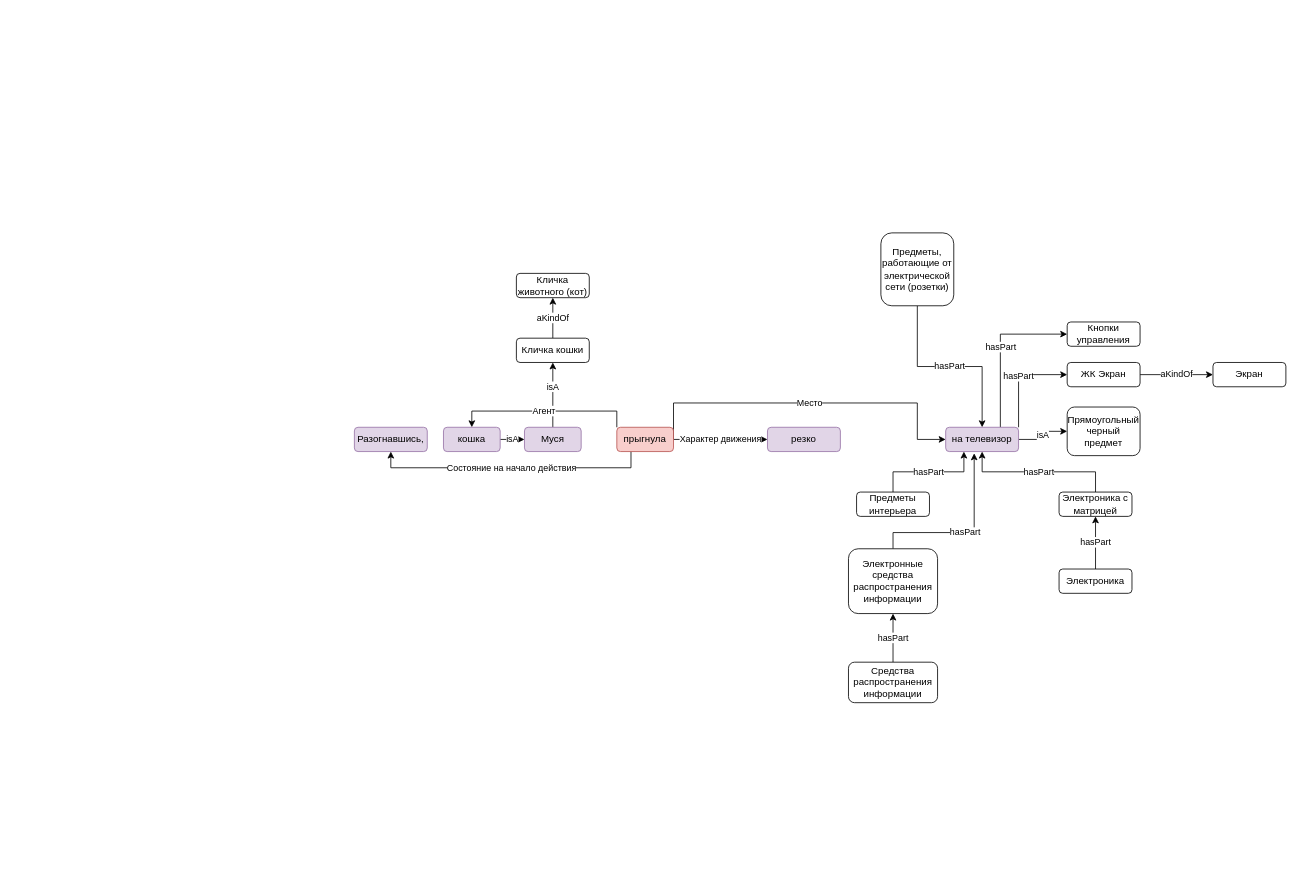
This is diagrams/семантическая сеть.drawio from rusvlp/UML, a draw.io file, before an edit. Source tidied: cells renumbered, new cells numbered last; positions are measured from the earlier drawing's top-left corner, leaving out a move shared by most shapes. Both pictures are drawn from the tidied source at 81%, with x=0, y=0 at pixel (354, 232).
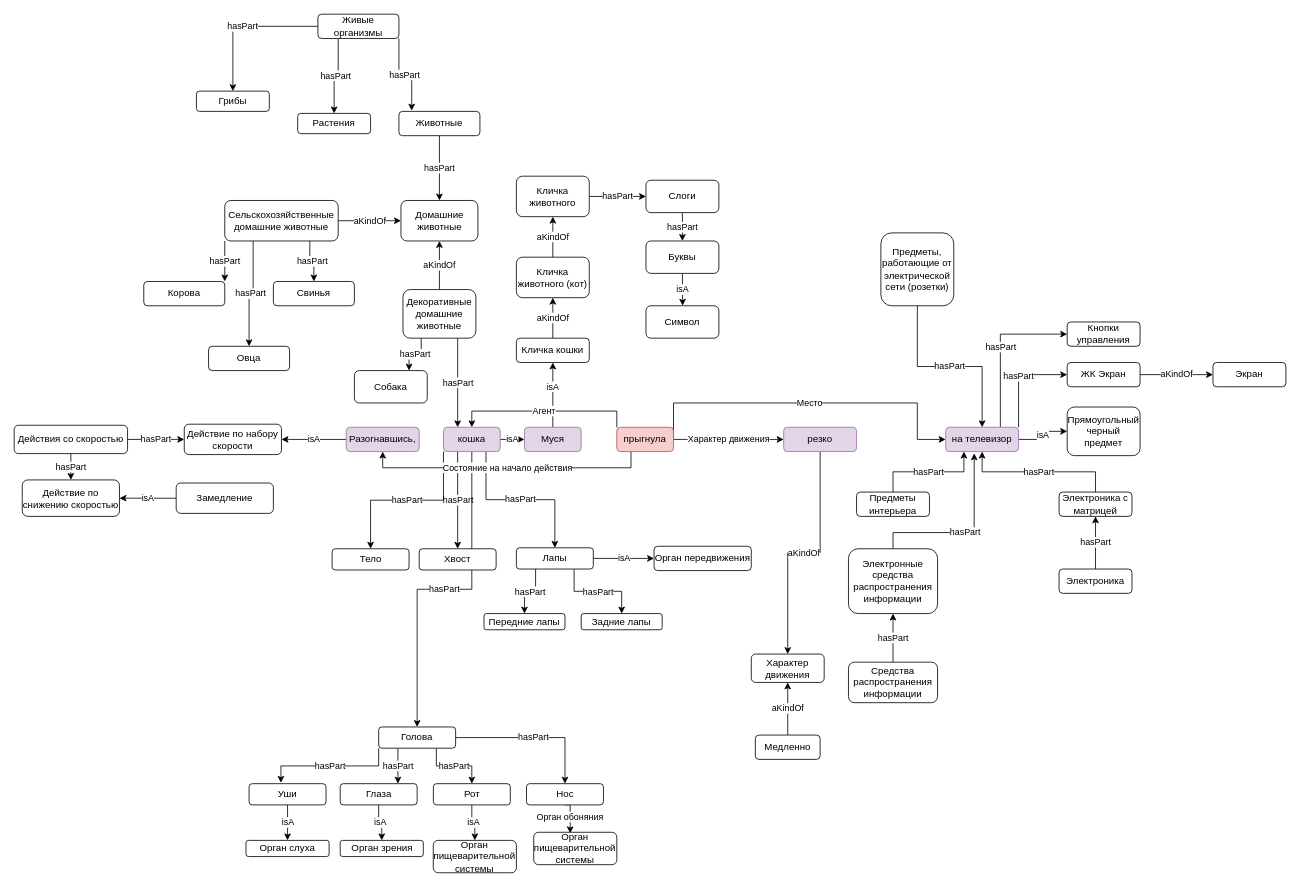
After the change.

The change refers to these unchanged cells:
```xml
<mxCell id="3" value="кошка" style="rounded=1;whiteSpace=wrap;html=1;fillColor=#e1d5e7;strokeColor=#9673a6;" parent="1" vertex="1">
  <mxGeometry x="110" y="240" width="70" height="30" as="geometry" />
</mxCell>
```

Change to the diagram source:
```diff
@@
+    <mxCell id="38" value="hasPart" style="edgeStyle=orthogonalEdgeStyle;rounded=0;jettySize=auto;html=1;exitX=0.25;exitY=1;exitDx=0;exitDy=0;" parent="1" edge="1" source="3" target="79">
+      <mxGeometry relative="1" as="geometry" />
+    </mxCell>
+    <mxCell id="39" value="hasPart" style="edgeStyle=orthogonalEdgeStyle;rounded=0;jettySize=auto;html=1;exitX=0.75;exitY=1;exitDx=0;exitDy=0;entryX=0.5;entryY=0;entryDx=0;entryDy=0;" parent="1" edge="1" source="3" target="83">
+      <mxGeometry relative="1" as="geometry" />
+    </mxCell>
+    <mxCell id="40" value="hasPart" style="edgeStyle=orthogonalEdgeStyle;rounded=0;jettySize=auto;html=1;exitX=0;exitY=1;exitDx=0;exitDy=0;" parent="1" edge="1" source="3" target="78">
+      <mxGeometry relative="1" as="geometry" />
+    </mxCell>
+    <mxCell id="41" value="hasPart" style="edgeStyle=orthogonalEdgeStyle;rounded=0;jettySize=auto;html=1;exitX=0.5;exitY=1;exitDx=0;exitDy=0;entryX=0.5;entryY=0;entryDx=0;entryDy=0;" parent="1" edge="1" source="3" target="77">
+      <mxGeometry relative="1" as="geometry" />
+    </mxCell>
@@
+    <mxCell id="42" value="aKindOf" style="edgeStyle=orthogonalEdgeStyle;rounded=0;jettySize=auto;html=1;exitX=0.5;exitY=1;exitDx=0;exitDy=0;" parent="1" edge="1" source="16" target="99">
+      <mxGeometry relative="1" as="geometry" />
+    </mxCell>
     <mxCell id="16" value="резко" style="rounded=1;whiteSpace=wrap;html=1;fillColor=#e1d5e7;strokeColor=#9673a6;" parent="1" vertex="1">
-      <mxGeometry x="510" y="240" width="90" height="30" as="geometry" />
+      <mxGeometry x="530" y="240" width="90" height="30" as="geometry" />
     </mxCell>
+    <mxCell id="43" value="isA" style="edgeStyle=orthogonalEdgeStyle;rounded=0;jettySize=auto;html=1;exitX=0;exitY=0.5;exitDx=0;exitDy=0;" parent="1" edge="1" source="17" target="66">
+      <mxGeometry relative="1" as="geometry" />
+    </mxCell>
     <mxCell id="17" value="Разогнавшись," style="rounded=1;whiteSpace=wrap;html=1;fillColor=#e1d5e7;strokeColor=#9673a6;" parent="1" vertex="1">
-      <mxGeometry y="240" width="90" height="30" as="geometry" />
+      <mxGeometry x="-10" y="240" width="90" height="30" as="geometry" />
     </mxCell>
@@
+    <mxCell id="44" value="aKindOf" style="edgeStyle=orthogonalEdgeStyle;rounded=0;jettySize=auto;html=1;exitX=0.5;exitY=0;exitDx=0;exitDy=0;entryX=0.5;entryY=1;entryDx=0;entryDy=0;" parent="1" edge="1" source="37" target="46">
+      <mxGeometry relative="1" as="geometry" />
+    </mxCell>
     <mxCell id="37" value="Кличка животного (кот)" style="rounded=1;whiteSpace=wrap;html=1;" parent="1" vertex="1">
-      <mxGeometry x="200" y="50" width="90" height="30" as="geometry" />
+      <mxGeometry x="200" y="30" width="90" height="50" as="geometry" />
     </mxCell>
+    <mxCell id="45" value="hasPart" style="edgeStyle=orthogonalEdgeStyle;rounded=0;jettySize=auto;html=1;exitX=1;exitY=0.5;exitDx=0;exitDy=0;" parent="1" edge="1" source="46" target="48">
+      <mxGeometry relative="1" as="geometry" />
+    </mxCell>
+    <mxCell id="46" value="Кличка животного" style="rounded=1;whiteSpace=wrap;html=1;" parent="1" vertex="1">
+      <mxGeometry x="200" y="-70" width="90" height="50" as="geometry" />
+    </mxCell>
+    <mxCell id="47" value="hasPart" style="edgeStyle=orthogonalEdgeStyle;rounded=0;jettySize=auto;html=1;exitX=0.5;exitY=1;exitDx=0;exitDy=0;entryX=0.5;entryY=0;entryDx=0;entryDy=0;" parent="1" edge="1" source="48" target="50">
+      <mxGeometry relative="1" as="geometry" />
+    </mxCell>
+    <mxCell id="48" value="Слоги" style="rounded=1;whiteSpace=wrap;html=1;" parent="1" vertex="1">
+      <mxGeometry x="360" y="-65" width="90" height="40" as="geometry" />
+    </mxCell>
+    <mxCell id="49" value="isA" style="edgeStyle=orthogonalEdgeStyle;rounded=0;jettySize=auto;html=1;exitX=0.5;exitY=1;exitDx=0;exitDy=0;" parent="1" edge="1" source="50">
+      <mxGeometry relative="1" as="geometry">
+        <mxPoint x="405.3" y="90" as="targetPoint" />
+      </mxGeometry>
+    </mxCell>
+    <mxCell id="50" value="Буквы" style="rounded=1;whiteSpace=wrap;html=1;" parent="1" vertex="1">
+      <mxGeometry x="360" y="10" width="90" height="40" as="geometry" />
+    </mxCell>
+    <mxCell id="51" value="Символ" style="rounded=1;whiteSpace=wrap;html=1;" parent="1" vertex="1">
+      <mxGeometry x="360" y="90" width="90" height="40" as="geometry" />
+    </mxCell>
+    <mxCell id="52" value="hasPart" style="edgeStyle=orthogonalEdgeStyle;rounded=0;jettySize=auto;html=1;exitX=0.75;exitY=1;exitDx=0;exitDy=0;entryX=0.25;entryY=0;entryDx=0;entryDy=0;" parent="1" edge="1" source="55" target="3">
+      <mxGeometry relative="1" as="geometry" />
+    </mxCell>
+    <mxCell id="53" value="hasPart" style="edgeStyle=orthogonalEdgeStyle;rounded=0;jettySize=auto;html=1;exitX=0.25;exitY=1;exitDx=0;exitDy=0;entryX=0.75;entryY=0;entryDx=0;entryDy=0;" parent="1" edge="1" source="55" target="56">
+      <mxGeometry relative="1" as="geometry" />
+    </mxCell>
+    <mxCell id="54" value="aKindOf" style="edgeStyle=orthogonalEdgeStyle;rounded=0;jettySize=auto;html=1;exitX=0.5;exitY=0;exitDx=0;exitDy=0;" parent="1" edge="1" source="55" target="57">
+      <mxGeometry relative="1" as="geometry" />
+    </mxCell>
+    <mxCell id="55" value="Декоративные домашние животные" style="rounded=1;whiteSpace=wrap;html=1;" parent="1" vertex="1">
+      <mxGeometry x="60" y="70" width="90" height="60" as="geometry" />
+    </mxCell>
+    <mxCell id="56" value="Собака" style="rounded=1;whiteSpace=wrap;html=1;" parent="1" vertex="1">
+      <mxGeometry y="170" width="90" height="40" as="geometry" />
+    </mxCell>
+    <mxCell id="57" value="Домашние животные" style="rounded=1;whiteSpace=wrap;html=1;" parent="1" vertex="1">
+      <mxGeometry x="57.5" y="-40" width="95" height="50" as="geometry" />
+    </mxCell>
+    <mxCell id="58" value="aKindOf" style="edgeStyle=orthogonalEdgeStyle;rounded=0;jettySize=auto;html=1;entryX=0;entryY=0.5;entryDx=0;entryDy=0;" parent="1" edge="1" source="62" target="57">
+      <mxGeometry relative="1" as="geometry" />
+    </mxCell>
+    <mxCell id="59" value="hasPart" style="edgeStyle=orthogonalEdgeStyle;rounded=0;jettySize=auto;html=1;exitX=0;exitY=1;exitDx=0;exitDy=0;entryX=1;entryY=0;entryDx=0;entryDy=0;" parent="1" edge="1" source="62" target="63">
+      <mxGeometry relative="1" as="geometry" />
+    </mxCell>
+    <mxCell id="60" value="hasPart" style="edgeStyle=orthogonalEdgeStyle;rounded=0;jettySize=auto;html=1;exitX=0.75;exitY=1;exitDx=0;exitDy=0;" parent="1" edge="1" source="62" target="64">
+      <mxGeometry relative="1" as="geometry" />
+    </mxCell>
+    <mxCell id="61" value="hasPart" style="edgeStyle=orthogonalEdgeStyle;rounded=0;jettySize=auto;html=1;exitX=0.25;exitY=1;exitDx=0;exitDy=0;" parent="1" edge="1" source="62" target="65">
+      <mxGeometry relative="1" as="geometry" />
+    </mxCell>
+    <mxCell id="62" value="Сельскохозяйственные домашние животные" style="rounded=1;whiteSpace=wrap;html=1;" parent="1" vertex="1">
+      <mxGeometry x="-160" y="-40" width="140" height="50" as="geometry" />
+    </mxCell>
+    <mxCell id="63" value="Корова" style="rounded=1;whiteSpace=wrap;html=1;" parent="1" vertex="1">
+      <mxGeometry x="-260" y="60" width="100" height="30" as="geometry" />
+    </mxCell>
+    <mxCell id="64" value="Свинья" style="rounded=1;whiteSpace=wrap;html=1;" parent="1" vertex="1">
+      <mxGeometry x="-100" y="60" width="100" height="30" as="geometry" />
+    </mxCell>
+    <mxCell id="65" value="Овца" style="rounded=1;whiteSpace=wrap;html=1;" parent="1" vertex="1">
+      <mxGeometry x="-180" y="140" width="100" height="30" as="geometry" />
+    </mxCell>
+    <mxCell id="66" value="Действие по набору скорости" style="rounded=1;whiteSpace=wrap;html=1;" parent="1" vertex="1">
+      <mxGeometry x="-210" y="236.2" width="120" height="37.5" as="geometry" />
+    </mxCell>
+    <mxCell id="67" value="hasPart" style="edgeStyle=orthogonalEdgeStyle;rounded=0;jettySize=auto;html=1;exitX=1;exitY=0.5;exitDx=0;exitDy=0;entryX=0;entryY=0.5;entryDx=0;entryDy=0;" parent="1" edge="1" source="69" target="66">
+      <mxGeometry relative="1" as="geometry" />
+    </mxCell>
+    <mxCell id="68" value="hasPart" style="edgeStyle=orthogonalEdgeStyle;rounded=0;jettySize=auto;html=1;exitX=0.5;exitY=1;exitDx=0;exitDy=0;" parent="1" edge="1" source="69" target="70">
+      <mxGeometry relative="1" as="geometry" />
+    </mxCell>
+    <mxCell id="69" value="Действия со скоростью" style="rounded=1;whiteSpace=wrap;html=1;" parent="1" vertex="1">
+      <mxGeometry x="-420" y="237.5" width="140" height="35" as="geometry" />
+    </mxCell>
+    <mxCell id="70" value="Действие по снижению скоростью" style="rounded=1;whiteSpace=wrap;html=1;" parent="1" vertex="1">
+      <mxGeometry x="-410" y="305" width="120" height="45" as="geometry" />
+    </mxCell>
+    <mxCell id="71" value="isA" style="edgeStyle=orthogonalEdgeStyle;rounded=0;jettySize=auto;html=1;" parent="1" edge="1" source="72" target="70">
+      <mxGeometry relative="1" as="geometry" />
+    </mxCell>
+    <mxCell id="72" value="Замедление" style="rounded=1;whiteSpace=wrap;html=1;" parent="1" vertex="1">
+      <mxGeometry x="-220" y="308.8" width="120" height="37.5" as="geometry" />
+    </mxCell>
+    <mxCell id="73" value="hasPart" style="edgeStyle=orthogonalEdgeStyle;rounded=0;jettySize=auto;html=1;exitX=0;exitY=1;exitDx=0;exitDy=0;entryX=0.414;entryY=-0.04;entryDx=0;entryDy=0;entryPerimeter=0;" parent="1" edge="1" source="77" target="88">
+      <mxGeometry relative="1" as="geometry" />
+    </mxCell>
+    <mxCell id="74" value="hasPart" style="edgeStyle=orthogonalEdgeStyle;rounded=0;jettySize=auto;html=1;exitX=0.25;exitY=1;exitDx=0;exitDy=0;entryX=0.75;entryY=0;entryDx=0;entryDy=0;" parent="1" edge="1" source="77" target="90">
+      <mxGeometry relative="1" as="geometry" />
+    </mxCell>
+    <mxCell id="75" value="hasPart" style="edgeStyle=orthogonalEdgeStyle;rounded=0;jettySize=auto;html=1;exitX=0.75;exitY=1;exitDx=0;exitDy=0;" parent="1" edge="1" source="77" target="92">
+      <mxGeometry relative="1" as="geometry" />
+    </mxCell>
+    <mxCell id="76" value="hasPart" style="edgeStyle=orthogonalEdgeStyle;rounded=0;jettySize=auto;html=1;exitX=1;exitY=0.5;exitDx=0;exitDy=0;" parent="1" edge="1" source="77" target="94">
+      <mxGeometry relative="1" as="geometry" />
+    </mxCell>
+    <mxCell id="77" value="Голова" style="rounded=1;whiteSpace=wrap;html=1;" parent="1" vertex="1">
+      <mxGeometry x="30" y="610" width="95" height="26.2" as="geometry" />
+    </mxCell>
+    <mxCell id="78" value="Тело" style="rounded=1;whiteSpace=wrap;html=1;" parent="1" vertex="1">
+      <mxGeometry x="-27.5" y="390" width="95" height="26.2" as="geometry" />
+    </mxCell>
+    <mxCell id="79" value="Хвост" style="rounded=1;whiteSpace=wrap;html=1;" parent="1" vertex="1">
+      <mxGeometry x="80" y="390" width="95" height="26.2" as="geometry" />
+    </mxCell>
+    <mxCell id="80" value="hasPart" style="edgeStyle=orthogonalEdgeStyle;rounded=0;jettySize=auto;html=1;exitX=0.25;exitY=1;exitDx=0;exitDy=0;" parent="1" edge="1" source="83" target="84">
+      <mxGeometry relative="1" as="geometry" />
+    </mxCell>
+    <mxCell id="81" value="hasPart" style="edgeStyle=orthogonalEdgeStyle;rounded=0;jettySize=auto;html=1;exitX=0.75;exitY=1;exitDx=0;exitDy=0;entryX=0.5;entryY=0;entryDx=0;entryDy=0;" parent="1" edge="1" source="83" target="85">
+      <mxGeometry relative="1" as="geometry" />
+    </mxCell>
+    <mxCell id="82" value="isA" style="edgeStyle=orthogonalEdgeStyle;rounded=0;jettySize=auto;html=1;exitX=1;exitY=0.5;exitDx=0;exitDy=0;" parent="1" edge="1" source="83" target="86">
+      <mxGeometry relative="1" as="geometry" />
+    </mxCell>
+    <mxCell id="83" value="Лапы" style="rounded=1;whiteSpace=wrap;html=1;" parent="1" vertex="1">
+      <mxGeometry x="200" y="388.8" width="95" height="26.2" as="geometry" />
+    </mxCell>
+    <mxCell id="84" value="Передние лапы" style="rounded=1;whiteSpace=wrap;html=1;" parent="1" vertex="1">
+      <mxGeometry x="160" y="470" width="100" height="20" as="geometry" />
+    </mxCell>
+    <mxCell id="85" value="Задние лапы" style="rounded=1;whiteSpace=wrap;html=1;" parent="1" vertex="1">
+      <mxGeometry x="280" y="470" width="100" height="20" as="geometry" />
+    </mxCell>
+    <mxCell id="86" value="Орган передвижения" style="rounded=1;whiteSpace=wrap;html=1;" parent="1" vertex="1">
+      <mxGeometry x="370" y="386.9" width="120" height="30" as="geometry" />
+    </mxCell>
+    <mxCell id="87" value="isA" style="edgeStyle=orthogonalEdgeStyle;rounded=0;jettySize=auto;html=1;exitX=0.5;exitY=1;exitDx=0;exitDy=0;" parent="1" edge="1" source="88" target="95">
+      <mxGeometry relative="1" as="geometry" />
+    </mxCell>
+    <mxCell id="88" value="Уши" style="rounded=1;whiteSpace=wrap;html=1;" parent="1" vertex="1">
+      <mxGeometry x="-130" y="680" width="95" height="26.2" as="geometry" />
+    </mxCell>
+    <mxCell id="89" value="isA" style="edgeStyle=orthogonalEdgeStyle;rounded=0;jettySize=auto;html=1;exitX=0.5;exitY=1;exitDx=0;exitDy=0;entryX=0.5;entryY=0;entryDx=0;entryDy=0;" parent="1" edge="1" source="90" target="96">
+      <mxGeometry relative="1" as="geometry" />
+    </mxCell>
+    <mxCell id="90" value="Глаза" style="rounded=1;whiteSpace=wrap;html=1;" parent="1" vertex="1">
+      <mxGeometry x="-17.5" y="680" width="95" height="26.2" as="geometry" />
+    </mxCell>
+    <mxCell id="91" value="isA" style="edgeStyle=orthogonalEdgeStyle;rounded=0;jettySize=auto;html=1;exitX=0.5;exitY=1;exitDx=0;exitDy=0;entryX=0.5;entryY=0;entryDx=0;entryDy=0;" parent="1" edge="1" source="92" target="97">
+      <mxGeometry relative="1" as="geometry" />
+    </mxCell>
+    <mxCell id="92" value="Рот" style="rounded=1;whiteSpace=wrap;html=1;" parent="1" vertex="1">
+      <mxGeometry x="97.5" y="680" width="95" height="26.2" as="geometry" />
+    </mxCell>
+    <mxCell id="93" value="Орган обоняния" style="edgeStyle=orthogonalEdgeStyle;rounded=0;jettySize=auto;html=1;exitX=0.5;exitY=1;exitDx=0;exitDy=0;entryX=0.439;entryY=0.032;entryDx=0;entryDy=0;entryPerimeter=0;" parent="1" edge="1" source="94" target="98">
+      <mxGeometry relative="1" as="geometry">
+        <Array as="points">
+          <mxPoint x="267" y="706" />
+        </Array>
+      </mxGeometry>
+    </mxCell>
+    <mxCell id="94" value="Нос" style="rounded=1;whiteSpace=wrap;html=1;" parent="1" vertex="1">
+      <mxGeometry x="212.5" y="680" width="95" height="26.2" as="geometry" />
+    </mxCell>
+    <mxCell id="95" value="Орган слуха" style="rounded=1;whiteSpace=wrap;html=1;" parent="1" vertex="1">
+      <mxGeometry x="-133.8" y="750" width="102.6" height="20" as="geometry" />
+    </mxCell>
+    <mxCell id="96" value="Орган зрения" style="rounded=1;whiteSpace=wrap;html=1;" parent="1" vertex="1">
+      <mxGeometry x="-17.5" y="750" width="102.6" height="20" as="geometry" />
+    </mxCell>
+    <mxCell id="97" value="Орган пищеварительной системы" style="rounded=1;whiteSpace=wrap;html=1;" parent="1" vertex="1">
+      <mxGeometry x="97.4" y="750" width="102.6" height="40" as="geometry" />
+    </mxCell>
+    <mxCell id="98" value="Орган пищеварительной системы" style="rounded=1;whiteSpace=wrap;html=1;" parent="1" vertex="1">
+      <mxGeometry x="221.4" y="740" width="102.6" height="40" as="geometry" />
+    </mxCell>
+    <mxCell id="99" value="Характер движения" style="rounded=1;whiteSpace=wrap;html=1;" parent="1" vertex="1">
+      <mxGeometry x="490" y="520" width="90" height="35" as="geometry" />
+    </mxCell>
+    <mxCell id="100" value="aKindOf" style="edgeStyle=orthogonalEdgeStyle;rounded=0;jettySize=auto;html=1;exitX=0.5;exitY=0;exitDx=0;exitDy=0;" parent="1" edge="1" source="101" target="99">
+      <mxGeometry relative="1" as="geometry" />
+    </mxCell>
+    <mxCell id="101" value="Медленно" style="rounded=1;whiteSpace=wrap;html=1;" parent="1" vertex="1">
+      <mxGeometry x="495" y="620" width="80" height="30" as="geometry" />
+    </mxCell>
+    <mxCell id="102" value="hasPart" style="edgeStyle=orthogonalEdgeStyle;rounded=0;jettySize=auto;html=1;exitX=0.5;exitY=1;exitDx=0;exitDy=0;entryX=0.5;entryY=0;entryDx=0;entryDy=0;" parent="1" edge="1" source="103" target="57">
+      <mxGeometry relative="1" as="geometry" />
+    </mxCell>
+    <mxCell id="103" value="Животные" style="rounded=1;whiteSpace=wrap;html=1;" parent="1" vertex="1">
+      <mxGeometry x="55" y="-150" width="100" height="30" as="geometry" />
+    </mxCell>
+    <mxCell id="104" style="edgeStyle=orthogonalEdgeStyle;rounded=0;orthogonalLoop=1;jettySize=auto;html=1;exitX=0.5;exitY=1;exitDx=0;exitDy=0;" parent="1" edge="1" source="103" target="103">
+      <mxGeometry relative="1" as="geometry" />
+    </mxCell>
+    <mxCell id="105" value="hasPart" style="edgeStyle=orthogonalEdgeStyle;rounded=0;jettySize=auto;html=1;exitX=1;exitY=1;exitDx=0;exitDy=0;entryX=0.158;entryY=-0.029;entryDx=0;entryDy=0;entryPerimeter=0;" parent="1" edge="1" source="108" target="103">
+      <mxGeometry relative="1" as="geometry" />
+    </mxCell>
+    <mxCell id="106" value="hasPart" style="edgeStyle=orthogonalEdgeStyle;rounded=0;jettySize=auto;html=1;exitX=0.25;exitY=1;exitDx=0;exitDy=0;" parent="1" edge="1" source="108" target="109">
+      <mxGeometry relative="1" as="geometry" />
+    </mxCell>
+    <mxCell id="107" value="hasPart" style="edgeStyle=orthogonalEdgeStyle;rounded=0;jettySize=auto;html=1;exitX=0;exitY=0.5;exitDx=0;exitDy=0;" parent="1" edge="1" source="108" target="110">
+      <mxGeometry relative="1" as="geometry" />
+    </mxCell>
+    <mxCell id="108" value="Живые организмы" style="rounded=1;whiteSpace=wrap;html=1;" parent="1" vertex="1">
+      <mxGeometry x="-45" y="-270" width="100" height="30" as="geometry" />
+    </mxCell>
+    <mxCell id="109" value="Растения" style="rounded=1;whiteSpace=wrap;html=1;" parent="1" vertex="1">
+      <mxGeometry x="-70" y="-147.5" width="90" height="25" as="geometry" />
+    </mxCell>
+    <mxCell id="110" value="Грибы" style="rounded=1;whiteSpace=wrap;html=1;" parent="1" vertex="1">
+      <mxGeometry x="-195" y="-175" width="90" height="25" as="geometry" />
+    </mxCell>
```
